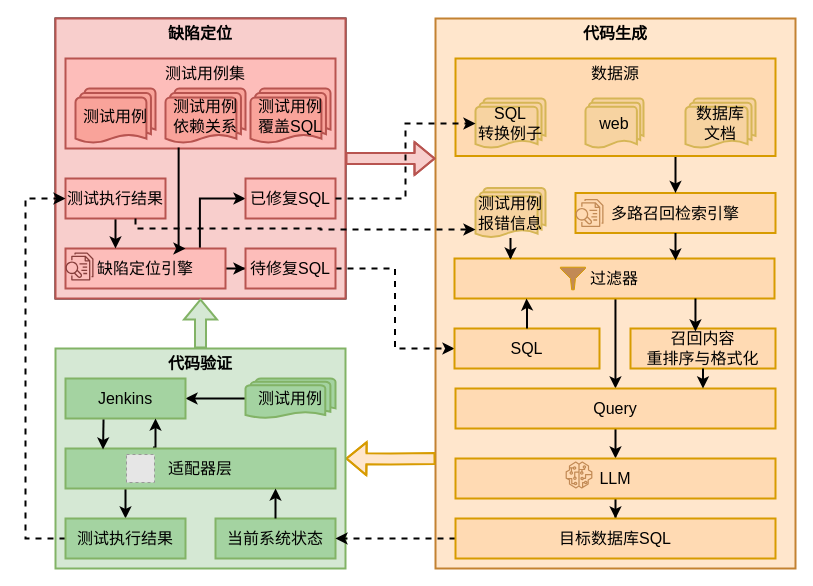
The draw.io diagram architecture.drawio in Olive-2019/drawio-source, before the edit. Source tidied: cells renumbered, new cells numbered last; positions are measured from the earlier drawing's top-left corner, leaving out a move shared by most shapes. Both pictures are drawn from the tidied source at 100%, with x=0, y=0 at pixel (25, 18). Pictures stored in the file or linked from it are replaced by grey dashed boxes.
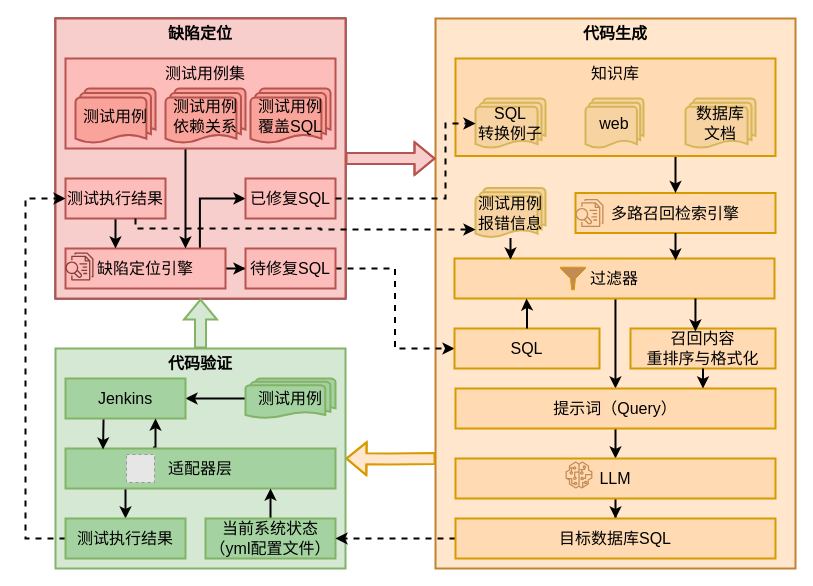
After the change.

The change refers to these unchanged cells:
```xml
<mxCell id="11" value="缺陷定位引擎" style="rounded=0;whiteSpace=wrap;html=1;fillColor=#fdbdba;strokeWidth=2;fontSize=16;strokeColor=#b85450;align=center;verticalAlign=middle;fontFamily=Helvetica;" parent="1" vertex="1">
  <mxGeometry x="40" y="230" width="160" height="40" as="geometry" />
</mxCell>
<mxCell id="16" style="rounded=0;whiteSpace=wrap;html=1;strokeWidth=2;fillColor=#fdbdba;fontSize=16;strokeColor=#b85450;align=center;verticalAlign=middle;fontFamily=Helvetica;" parent="1" vertex="1">
  <mxGeometry x="40" y="40" width="270" height="90" as="geometry" />
</mxCell>
<mxCell id="26" value="适配器层" style="rounded=0;whiteSpace=wrap;html=1;fontSize=16;strokeWidth=2;strokeColor=#82b366;align=center;verticalAlign=middle;fontFamily=Helvetica;fontColor=default;fillColor=#a4d3a1;" parent="1" vertex="1">
  <mxGeometry x="40" y="430" width="270" height="40" as="geometry" />
</mxCell>
<mxCell id="35" value="已修复SQL&lt;span class=&quot;eusoft-eudic-chrome-extension-translate-content&quot;&gt;&lt;/span&gt;" style="rounded=0;whiteSpace=wrap;html=1;fillColor=#fdbdba;strokeWidth=2;fontSize=16;strokeColor=#b85450;align=center;verticalAlign=middle;fontFamily=Helvetica;" parent="1" vertex="1">
  <mxGeometry x="220" y="160" width="90" height="40" as="geometry" />
</mxCell>
<mxCell id="54" value="&lt;span style=&quot;font-size: 16px;&quot;&gt;SQL&lt;/span&gt;&lt;div style=&quot;font-size: 16px;&quot;&gt;&lt;span style=&quot;font-size: 16px;&quot;&gt;转换例子&lt;/span&gt;&lt;/div&gt;" style="strokeWidth=2;html=1;shape=mxgraph.flowchart.multi-document;whiteSpace=wrap;strokeColor=#d6b656;align=center;verticalAlign=middle;fontFamily=Helvetica;fontSize=16;fontColor=default;fillColor=#f7d3a1;" parent="1" vertex="1">
  <mxGeometry x="450" y="80" width="70" height="50" as="geometry" />
</mxCell>
```

What changed in the source:
```diff
@@
+    <mxCell id="61" style="edgeStyle=orthogonalEdgeStyle;rounded=0;jettySize=auto;html=1;entryX=0.75;entryY=0;entryDx=0;entryDy=0;strokeWidth=2;" parent="1" edge="1" source="16" target="11">
+      <mxGeometry relative="1" as="geometry">
+        <Array as="points">
+          <mxPoint x="160" y="160" />
+          <mxPoint x="160" y="160" />
+        </Array>
+      </mxGeometry>
+    </mxCell>
@@
+    <mxCell id="30" style="edgeStyle=orthogonalEdgeStyle;rounded=0;jettySize=auto;html=1;strokeWidth=2;" parent="1" edge="1" source="27" target="26">
+      <mxGeometry relative="1" as="geometry">
+        <Array as="points">
+          <mxPoint x="245" y="480" />
+          <mxPoint x="245" y="480" />
+        </Array>
+      </mxGeometry>
+    </mxCell>
-    <mxCell id="27" value="当前系统状态" style="rounded=0;whiteSpace=wrap;html=1;fontSize=16;strokeWidth=2;strokeColor=#82b366;align=center;verticalAlign=middle;fontFamily=Helvetica;fontColor=default;fillColor=#a4d3a1;" parent="1" vertex="1">
-      <mxGeometry x="190" y="500" width="120" height="40" as="geometry" />
+    <mxCell id="27" value="当前系统状态（yml配置文件）" style="rounded=0;whiteSpace=wrap;html=1;fontSize=16;strokeWidth=2;strokeColor=#82b366;align=center;verticalAlign=middle;fontFamily=Helvetica;fontColor=default;fillColor=#a4d3a1;" parent="1" vertex="1">
+      <mxGeometry x="180" y="500" width="130" height="40" as="geometry" />
     </mxCell>
@@
-    <mxCell id="30" style="edgeStyle=orthogonalEdgeStyle;rounded=0;jettySize=auto;html=1;entryX=0.778;entryY=1;entryDx=0;entryDy=0;entryPerimeter=0;strokeWidth=2;" parent="1" edge="1" source="27" target="26">
-      <mxGeometry relative="1" as="geometry" />
-    </mxCell>
@@
-    <mxCell id="45" value="Query" style="rounded=0;whiteSpace=wrap;html=1;fontSize=16;strokeWidth=2;strokeColor=#d79b00;align=center;verticalAlign=middle;fontFamily=Helvetica;fillColor=#ffdab3;" parent="1" vertex="1">
+    <mxCell id="45" value="提示词（Query）" style="rounded=0;whiteSpace=wrap;html=1;fontSize=16;strokeWidth=2;strokeColor=#d79b00;align=center;verticalAlign=middle;fontFamily=Helvetica;fillColor=#ffdab3;" parent="1" vertex="1">
       <mxGeometry x="430" y="370" width="320" height="40" as="geometry" />
     </mxCell>
@@
-    <mxCell id="53" value="数据源" style="text;html=1;align=center;verticalAlign=middle;whiteSpace=wrap;rounded=0;fontSize=16;fontStyle=0;strokeWidth=2;" parent="1" vertex="1">
+    <mxCell id="53" value="知识库" style="text;html=1;align=center;verticalAlign=middle;whiteSpace=wrap;rounded=0;fontSize=16;fontStyle=0;strokeWidth=2;" parent="1" vertex="1">
       <mxGeometry x="560" y="40" width="60" height="30" as="geometry" />
     </mxCell>
@@
     <mxCell id="55" style="edgeStyle=orthogonalEdgeStyle;rounded=0;jettySize=auto;html=1;entryX=0;entryY=0.5;entryDx=0;entryDy=0;entryPerimeter=0;dashed=1;strokeWidth=2;" parent="1" edge="1" source="35" target="54">
-      <mxGeometry relative="1" as="geometry" />
+      <mxGeometry relative="1" as="geometry">
+        <Array as="points">
+          <mxPoint x="420" y="180" />
+          <mxPoint x="420" y="105" />
+        </Array>
+      </mxGeometry>
     </mxCell>
@@
-    <mxCell id="61" style="edgeStyle=orthogonalEdgeStyle;rounded=0;jettySize=auto;html=1;entryX=0.75;entryY=0;entryDx=0;entryDy=0;exitX=0.419;exitY=0.989;exitDx=0;exitDy=0;exitPerimeter=0;strokeWidth=2;" parent="1" edge="1" source="16" target="11">
-      <mxGeometry relative="1" as="geometry">
-        <Array as="points">
-          <mxPoint x="153" y="230" />
-        </Array>
-      </mxGeometry>
-    </mxCell>
```
